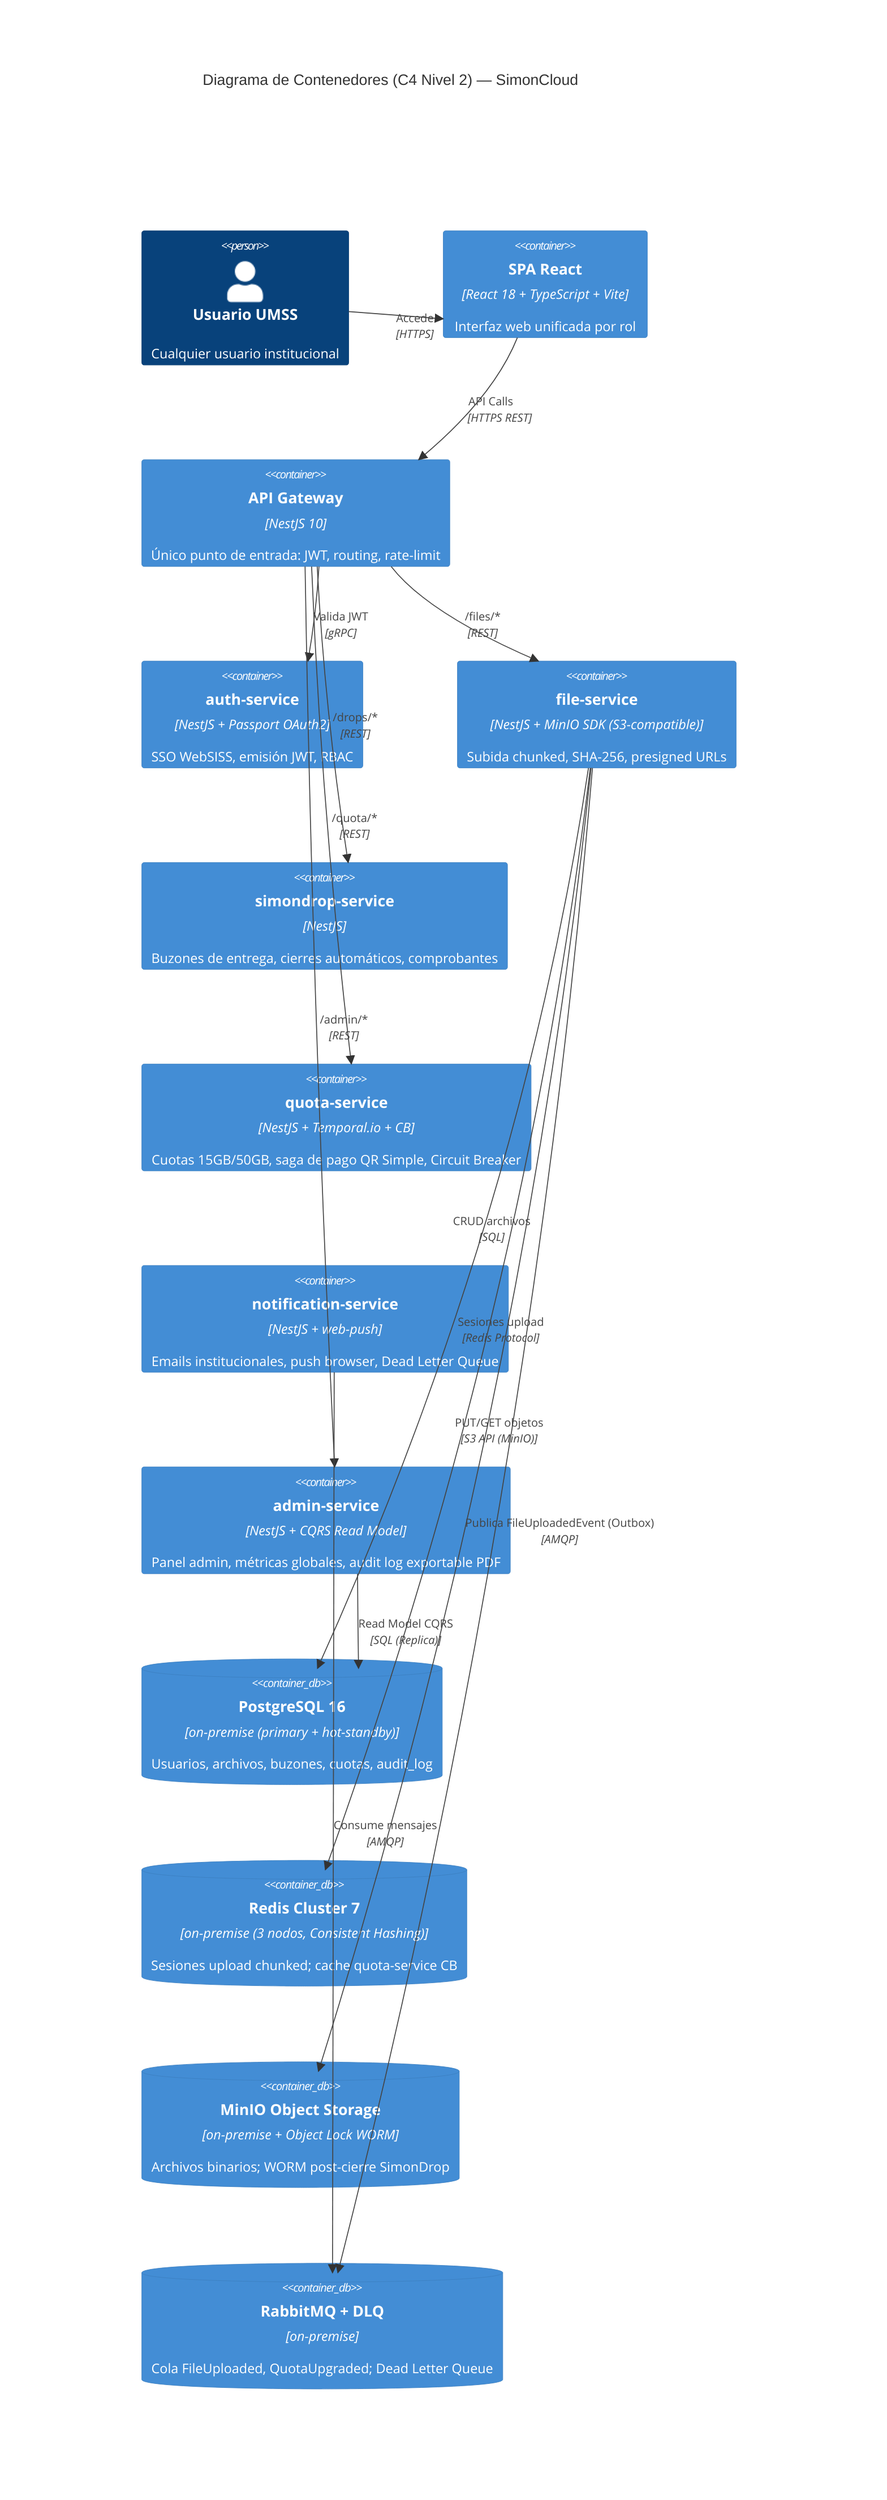
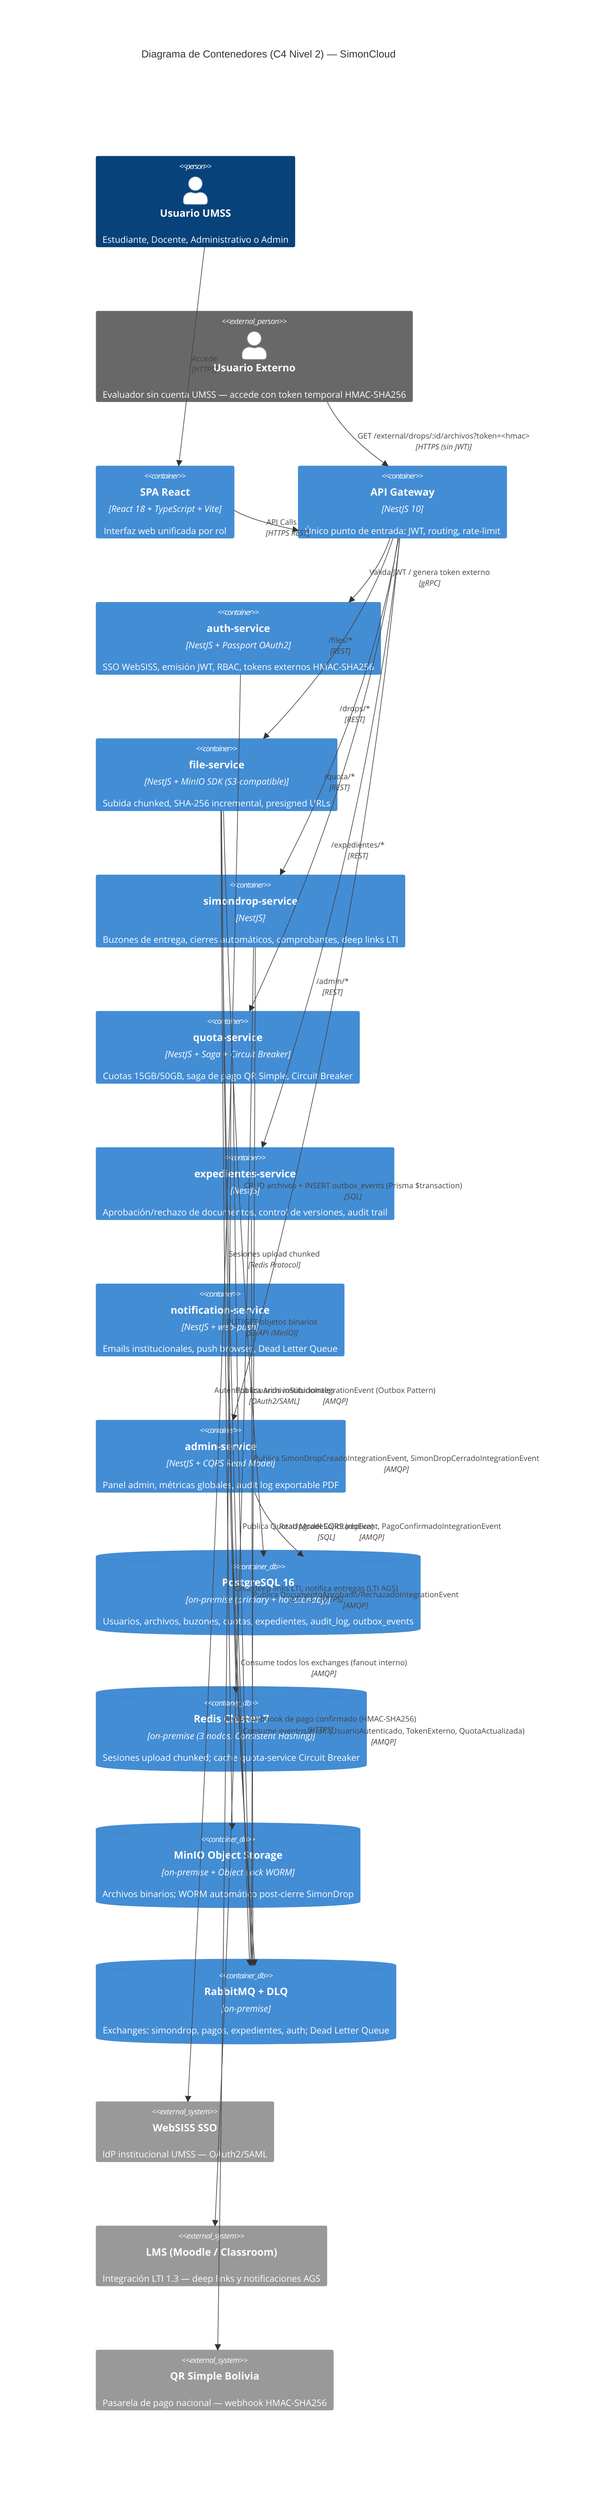
---
title: "C4 Nivel 2 — Contenedores SimonCloud"
---
C4Container
title Diagrama de Contenedores (C4 Nivel 2) — SimonCloud

- Person(usuario, "Usuario UMSS", "Cualquier usuario institucional")
+ Person(usuario, "Usuario UMSS", "Estudiante, Docente, Administrativo o Admin")
+ Person_Ext(externo, "Usuario Externo", "Evaluador sin cuenta UMSS — accede con token temporal HMAC-SHA256")

Container(spa, "SPA React", "React 18 + TypeScript + Vite", "Interfaz web unificada por rol")
Container(gateway, "API Gateway", "NestJS 10", "Único punto de entrada: JWT, routing, rate-limit")
- Container(auth, "auth-service", "NestJS + Passport OAuth2", "SSO WebSISS, emisión JWT, RBAC")
- Container(files, "file-service", "NestJS + MinIO SDK (S3-compatible)", "Subida chunked, SHA-256, presigned URLs")
- Container(drops, "simondrop-service", "NestJS", "Buzones de entrega, cierres automáticos, comprobantes")
- Container(quota, "quota-service", "NestJS + Temporal.io + CB", "Cuotas 15GB/50GB, saga de pago QR Simple, Circuit Breaker")
+ Container(auth, "auth-service", "NestJS + Passport OAuth2", "SSO WebSISS, emisión JWT, RBAC, tokens externos HMAC-SHA256")
+ Container(files, "file-service", "NestJS + MinIO SDK (S3-compatible)", "Subida chunked, SHA-256 incremental, presigned URLs")
+ Container(drops, "simondrop-service", "NestJS", "Buzones de entrega, cierres automáticos, comprobantes, deep links LTI")
+ Container(quota, "quota-service", "NestJS + Saga + Circuit Breaker", "Cuotas 15GB/50GB, saga de pago QR Simple, Circuit Breaker")
+ Container(expedientes, "expedientes-service", "NestJS", "Aprobación/rechazo de documentos, control de versiones, audit trail")
Container(notif, "notification-service", "NestJS + web-push", "Emails institucionales, push browser, Dead Letter Queue")
Container(admin_svc, "admin-service", "NestJS + CQRS Read Model", "Panel admin, métricas globales, audit log exportable PDF")

- ContainerDb(pg, "PostgreSQL 16", "on-premise (primary + hot-standby)", "Usuarios, archivos, buzones, cuotas, audit_log")
- ContainerDb(redis, "Redis Cluster 7", "on-premise (3 nodos, Consistent Hashing)", "Sesiones upload chunked; cache quota-service CB")
- ContainerDb(s3_obj, "MinIO Object Storage", "on-premise + Object Lock WORM", "Archivos binarios; WORM post-cierre SimonDrop")
- ContainerDb(rabbit, "RabbitMQ + DLQ", "on-premise", "Cola FileUploaded, QuotaUpgraded; Dead Letter Queue")
+ ContainerDb(pg, "PostgreSQL 16", "on-premise (primary + hot-standby)", "Usuarios, archivos, buzones, cuotas, expedientes, audit_log, outbox_events")
+ ContainerDb(redis, "Redis Cluster 7", "on-premise (3 nodos, Consistent Hashing)", "Sesiones upload chunked; cache quota-service Circuit Breaker")
+ ContainerDb(s3_obj, "MinIO Object Storage", "on-premise + Object Lock WORM", "Archivos binarios; WORM automático post-cierre SimonDrop")
+ ContainerDb(rabbit, "RabbitMQ + DLQ", "on-premise", "Exchanges: simondrop, pagos, expedientes, auth; Dead Letter Queue")
+ 
+ System_Ext(websiss, "WebSISS SSO", "IdP institucional UMSS — OAuth2/SAML")
+ System_Ext(lms, "LMS (Moodle / Classroom)", "Integración LTI 1.3 — deep links y notificaciones AGS")
+ System_Ext(qrsimple, "QR Simple Bolivia", "Pasarela de pago nacional — webhook HMAC-SHA256")

Rel(usuario, spa, "Accede", "HTTPS")
+ Rel(externo, gateway, "GET /external/drops/:id/archivos?token=<hmac>", "HTTPS (sin JWT)")
Rel(spa, gateway, "API Calls", "HTTPS REST")
- Rel(gateway, auth, "Valida JWT", "gRPC")
+ Rel(gateway, auth, "Valida JWT / genera token externo", "gRPC")
Rel(gateway, files, "/files/*", "REST")
Rel(gateway, drops, "/drops/*", "REST")
Rel(gateway, quota, "/quota/*", "REST")
+ Rel(gateway, expedientes, "/expedientes/*", "REST")
Rel(gateway, admin_svc, "/admin/*", "REST")
- Rel(files, pg, "CRUD archivos", "SQL")
- Rel(files, redis, "Sesiones upload", "Redis Protocol")
- Rel(files, s3_obj, "PUT/GET objetos", "S3 API (MinIO)")
- Rel(files, rabbit, "Publica FileUploadedEvent (Outbox)", "AMQP")
- Rel(notif, rabbit, "Consume mensajes", "AMQP")
- Rel(admin_svc, pg, "Read Model CQRS", "SQL (Replica)")
+ Rel(files, pg, "CRUD archivos + INSERT outbox_events (Prisma $transaction)", "SQL")
+ Rel(files, redis, "Sesiones upload chunked", "Redis Protocol")
+ Rel(files, s3_obj, "PUT/GET objetos binarios", "S3 API (MinIO)")
+ Rel(files, rabbit, "Publica ArchivoSubidoIntegrationEvent (Outbox Pattern)", "AMQP")
+ Rel(drops, rabbit, "Publica SimonDropCreadoIntegrationEvent, SimonDropCerradoIntegrationEvent", "AMQP")
+ Rel(quota, rabbit, "Publica QuotaUpgradeSolicitadoEvent, PagoConfirmadoIntegrationEvent", "AMQP")
+ Rel(expedientes, rabbit, "Publica DocumentoAprobado/RechazadoIntegrationEvent", "AMQP")
+ Rel(notif, rabbit, "Consume todos los exchanges (fanout interno)", "AMQP")
+ Rel(admin_svc, pg, "Read Model CQRS (replica)", "SQL")
+ Rel(admin_svc, rabbit, "Consume eventos audit (UsuarioAutenticado, TokenExterno, QuotaActualizada)", "AMQP")
+ Rel(auth, websiss, "Autentica usuarios institucionales", "OAuth2/SAML")
+ Rel(drops, lms, "Crea deep links LTI, notifica entregas (LTI AGS)", "LTI 1.3 / HTTPS")
+ Rel(quota, qrsimple, "Recibe webhook de pago confirmado (HMAC-SHA256)", "HTTPS")
